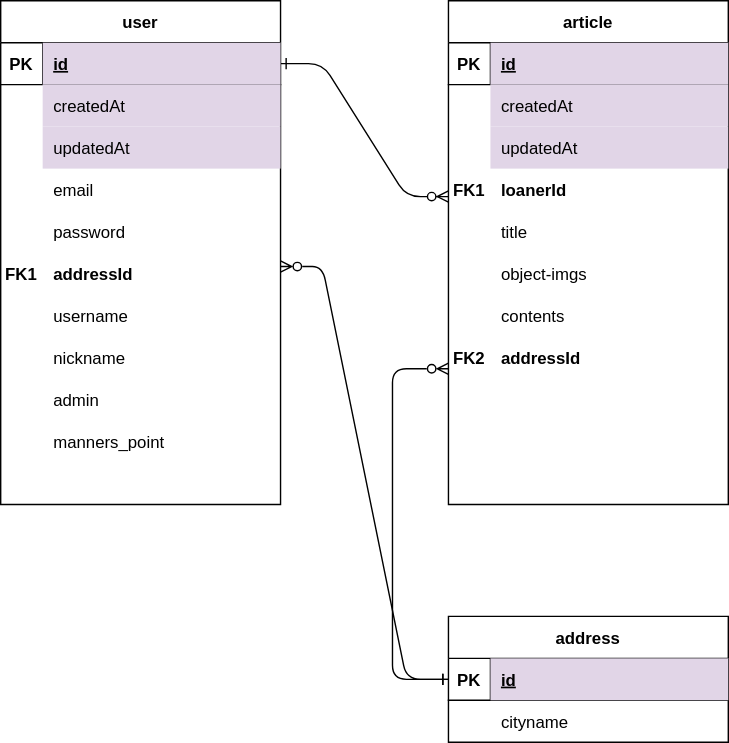
Before: docs/erd/RentEase_ERD.drawio.svg, a diagram exported from draw.io (1Dohyeon/RentEase). Source tidied: cells renumbered, new cells last; positions are measured from the earlier drawing's top-left corner, leaving out a move shared by most shapes.
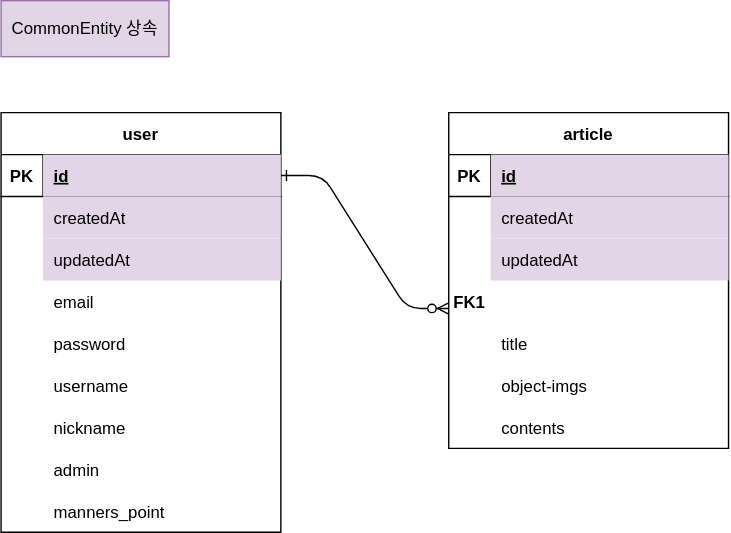
The same diagram one commit later.

Diff of the diagram source:
```diff
@@ -11,7 +11,7 @@
       </mxGeometry>
     </mxCell>
     <mxCell id="3" value="article" style="shape=table;startSize=30;rowLines=0;fontStyle=1;align=center;" parent="1" vertex="1">
-      <mxGeometry x="320" width="200" height="360" as="geometry" />
+      <mxGeometry x="320" width="200" height="240" as="geometry" />
     </mxCell>
     <mxCell id="4" style="shape=partialRectangle;fillColor=none;top=0;left=0;right=0;bottom=1;" parent="3" vertex="1">
       <mxGeometry y="30" width="200" height="30" as="geometry" />
@@ -23,7 +23,7 @@
       <mxGeometry x="30" width="170" height="30" as="geometry" />
     </mxCell>
     <mxCell id="7" value="user" style="shape=table;startSize=30;rowLines=0;fontStyle=1;align=center;" parent="1" vertex="1">
-      <mxGeometry width="200" height="360" as="geometry" />
+      <mxGeometry width="200" height="300" as="geometry" />
     </mxCell>
     <mxCell id="8" style="shape=partialRectangle;fillColor=none;points=[[0,0.5],[1,0.5]];portConstraint=eastwest;top=0;left=0;right=0;bottom=1;" parent="7" vertex="1">
       <mxGeometry y="30" width="200" height="30" as="geometry" />
@@ -35,25 +35,19 @@
       <mxGeometry x="30" width="170" height="30" as="geometry" />
     </mxCell>
     <mxCell id="11" value="username" style="shape=partialRectangle;overflow=hidden;fillColor=none;top=0;left=0;bottom=0;right=0;align=left;spacingLeft=6;fontStyle=0;strokeColor=default;" parent="1" vertex="1">
-      <mxGeometry x="30" y="210" width="170" height="30" as="geometry" />
+      <mxGeometry x="30" y="180" width="170" height="30" as="geometry" />
     </mxCell>
-    <mxCell id="12" value="addressId" style="shape=partialRectangle;overflow=hidden;fillColor=none;top=0;left=0;bottom=0;right=0;align=left;spacingLeft=6;fontStyle=1;strokeColor=default;" parent="1" vertex="1">
-      <mxGeometry x="30" y="180" width="170" height="30" as="geometry" />
-    </mxCell>
     <mxCell id="13" value="nickname" style="shape=partialRectangle;overflow=hidden;fillColor=none;top=0;left=0;bottom=0;right=0;align=left;spacingLeft=6;fontStyle=0;strokeColor=default;" parent="1" vertex="1">
-      <mxGeometry x="30" y="240" width="170" height="30" as="geometry" />
+      <mxGeometry x="30" y="210" width="170" height="30" as="geometry" />
     </mxCell>
     <mxCell id="14" value="email" style="shape=partialRectangle;overflow=hidden;fillColor=none;top=0;left=0;bottom=0;right=0;align=left;spacingLeft=6;fontStyle=0;strokeColor=default;" parent="1" vertex="1">
       <mxGeometry x="30" y="120" width="170" height="30" as="geometry" />
     </mxCell>
-    <mxCell id="15" value="FK1" style="shape=partialRectangle;overflow=hidden;fillColor=none;top=0;left=0;bottom=0;right=0;fontStyle=1;" parent="1" vertex="1">
-      <mxGeometry y="180" width="30" height="30" as="geometry" />
-    </mxCell>
     <mxCell id="16" value="password" style="shape=partialRectangle;overflow=hidden;fillColor=none;top=0;left=0;bottom=0;right=0;align=left;spacingLeft=6;fontStyle=0;strokeColor=default;" parent="1" vertex="1">
       <mxGeometry x="30" y="150" width="170" height="30" as="geometry" />
     </mxCell>
     <mxCell id="17" value="admin" style="shape=partialRectangle;overflow=hidden;fillColor=none;top=0;left=0;bottom=0;right=0;align=left;spacingLeft=6;fontStyle=0;strokeColor=default;" parent="1" vertex="1">
-      <mxGeometry x="30" y="270" width="170" height="30" as="geometry" />
+      <mxGeometry x="30" y="240" width="170" height="30" as="geometry" />
     </mxCell>
     <mxCell id="18" value="createdAt" style="shape=partialRectangle;overflow=hidden;fillColor=#e1d5e7;top=0;left=0;bottom=0;right=0;align=left;spacingLeft=6;fontStyle=0;strokeColor=#9673a6;" parent="1" vertex="1">
       <mxGeometry x="30" y="60" width="170" height="30" as="geometry" />
@@ -67,9 +61,6 @@
     <mxCell id="21" value="updatedAt" style="shape=partialRectangle;overflow=hidden;fillColor=#e1d5e7;top=0;left=0;bottom=0;right=0;align=left;spacingLeft=6;fontStyle=0;strokeColor=#9673a6;" parent="1" vertex="1">
       <mxGeometry x="350" y="90" width="170" height="30" as="geometry" />
     </mxCell>
-    <mxCell id="22" value="loanerId" style="shape=partialRectangle;overflow=hidden;fillColor=none;top=0;left=0;bottom=0;right=0;align=left;spacingLeft=6;fontStyle=1;strokeColor=default;" parent="1" vertex="1">
-      <mxGeometry x="350" y="120" width="170" height="30" as="geometry" />
-    </mxCell>
     <mxCell id="23" value="FK1" style="shape=partialRectangle;overflow=hidden;fillColor=none;top=0;left=0;bottom=0;right=0;fontStyle=1;" parent="1" vertex="1">
       <mxGeometry x="320" y="120" width="30" height="30" as="geometry" />
     </mxCell>
@@ -83,46 +74,10 @@
       <mxGeometry x="350" y="210" width="170" height="30" as="geometry" />
     </mxCell>
     <mxCell id="27" value="manners_point" style="shape=partialRectangle;overflow=hidden;fillColor=none;top=0;left=0;bottom=0;right=0;align=left;spacingLeft=6;fontStyle=0;strokeColor=default;" parent="1" vertex="1">
-      <mxGeometry x="30" y="300" width="170" height="30" as="geometry" />
+      <mxGeometry x="30" y="270" width="170" height="30" as="geometry" />
     </mxCell>
-    <mxCell id="28" value="address" style="shape=table;startSize=30;rowLines=0;fontStyle=1;align=center;" parent="1" vertex="1">
-      <mxGeometry x="320" y="440" width="200" height="90" as="geometry" />
-    </mxCell>
-    <mxCell id="29" style="shape=partialRectangle;fillColor=none;points=[[0,0.5],[1,0.5]];portConstraint=eastwest;top=0;left=0;right=0;bottom=1;" parent="28" vertex="1">
-      <mxGeometry y="30" width="200" height="30" as="geometry" />
-    </mxCell>
-    <mxCell id="30" value="PK" style="shape=partialRectangle;overflow=hidden;fillColor=none;top=0;left=0;bottom=0;right=0;fontStyle=1;" parent="29" vertex="1">
-      <mxGeometry width="30" height="30" as="geometry" />
-    </mxCell>
-    <mxCell id="31" value="id" style="shape=partialRectangle;overflow=hidden;fillColor=#e1d5e7;top=0;left=0;bottom=0;right=0;align=left;spacingLeft=6;fontStyle=5;strokeColor=#9673a6;" parent="29" vertex="1">
-      <mxGeometry x="30" width="170" height="30" as="geometry" />
-    </mxCell>
-    <mxCell id="32" style="edgeStyle=entityRelationEdgeStyle;endArrow=ERone;startArrow=ERzeroToMany;endFill=0;startFill=0;entryX=0;entryY=0.5;entryDx=0;entryDy=0;" parent="1" edge="1" target="29">
-      <mxGeometry relative="1" as="geometry">
-        <mxPoint x="200" y="190" as="sourcePoint" />
-        <Array as="points">
-          <mxPoint x="310" y="275" />
-          <mxPoint x="260" y="300" />
-        </Array>
-      </mxGeometry>
-    </mxCell>
-    <mxCell id="33" value="addressId" style="shape=partialRectangle;overflow=hidden;fillColor=none;top=0;left=0;bottom=0;right=0;align=left;spacingLeft=6;fontStyle=1;strokeColor=default;" parent="1" vertex="1">
-      <mxGeometry x="350" y="240" width="170" height="30" as="geometry" />
-    </mxCell>
-    <mxCell id="34" value="FK2" style="shape=partialRectangle;overflow=hidden;fillColor=none;top=0;left=0;bottom=0;right=0;fontStyle=1;" parent="1" vertex="1">
-      <mxGeometry x="320" y="240" width="30" height="30" as="geometry" />
-    </mxCell>
-    <mxCell id="35" style="edgeStyle=orthogonalEdgeStyle;rounded=1;jettySize=auto;html=1;exitX=0;exitY=0.5;exitDx=0;exitDy=0;startArrow=ERone;startFill=0;endArrow=ERzeroToMany;endFill=0;curved=0;" parent="1" edge="1" source="29">
-      <mxGeometry relative="1" as="geometry">
-        <mxPoint x="320" y="263" as="targetPoint" />
-        <Array as="points">
-          <mxPoint x="280" y="485" />
-          <mxPoint x="280" y="263" />
-        </Array>
-      </mxGeometry>
-    </mxCell>
-    <mxCell id="36" value="cityname" style="shape=partialRectangle;overflow=hidden;fillColor=none;top=0;left=0;bottom=0;right=0;align=left;spacingLeft=6;fontStyle=0;strokeColor=default;" parent="1" vertex="1">
-      <mxGeometry x="350" y="500" width="170" height="30" as="geometry" />
-    </mxCell>
+    <mxCell id="37" value="CommonEntity 상속" style="rounded=0;whiteSpace=wrap;html=1;fillColor=#e1d5e7;strokeColor=#9673a6;" parent="1" vertex="1">
+      <mxGeometry y="-80" width="120" height="40" as="geometry" />
+    </mxCell>
   </root>
 </mxGraphModel>
```
